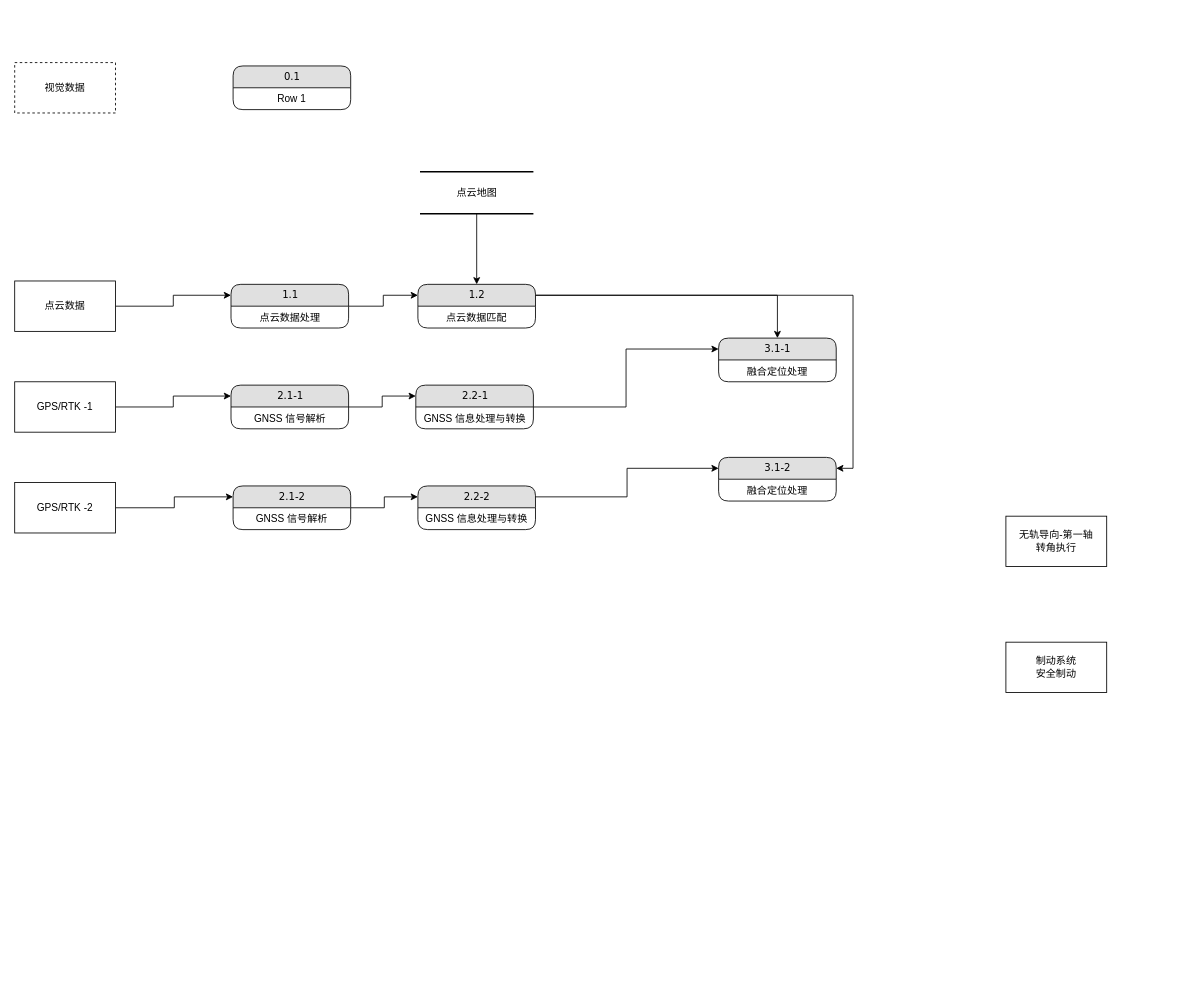
Earlier version of the draw.io diagram page "数据流" (2 of 2) of 马来循迹控制_SIL2方案.drawio (FrankWong-cs/SharingwithColleagues). Source tidied: cells renumbered, new cells numbered last; positions are measured from the earlier drawing's top-left corner, leaving out a move shared by most shapes. Both pictures are drawn from the tidied source at 84%, with x=0, y=0 at pixel (14, 62).
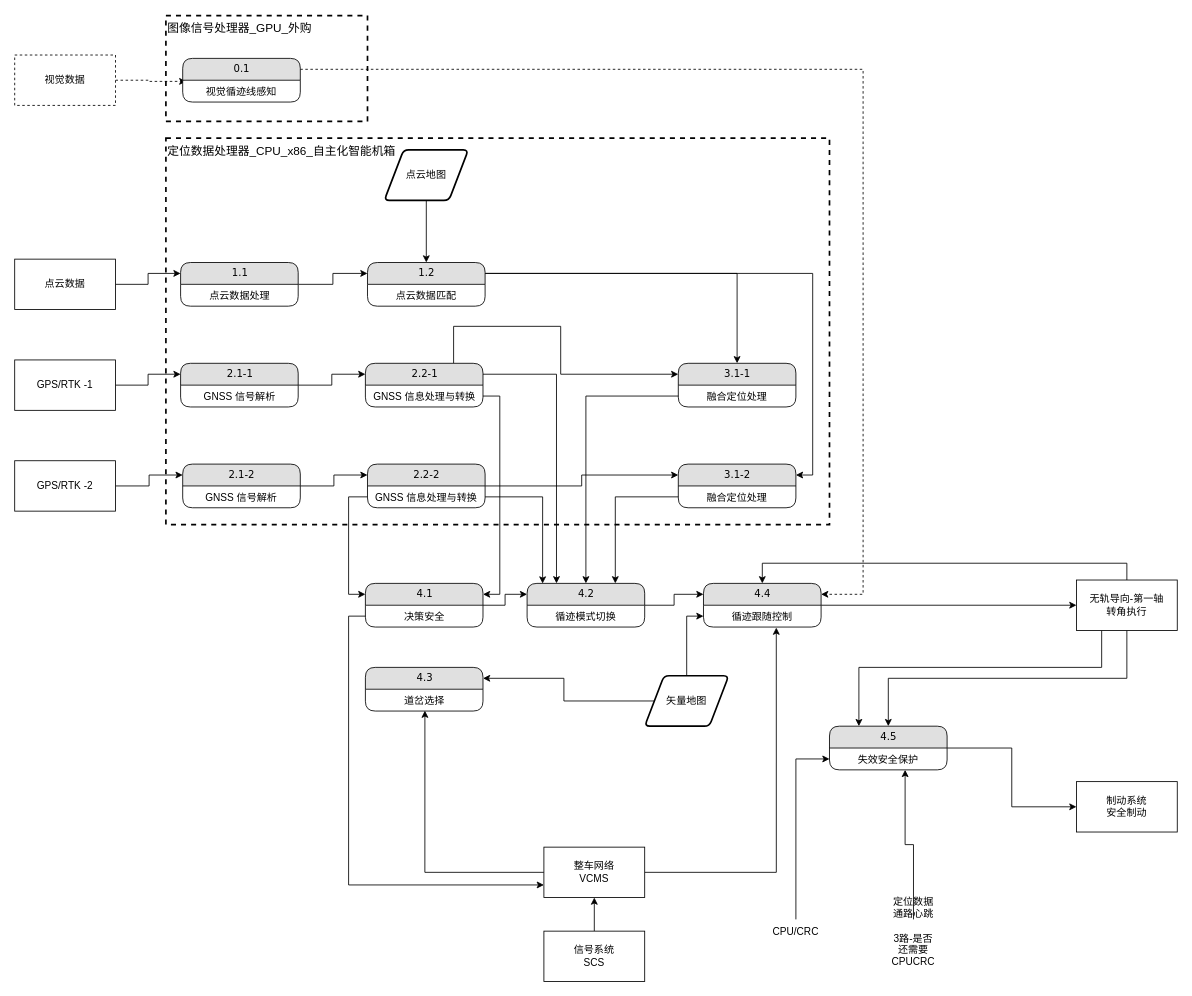
After the change.

Commit message:
Update 马来循迹控制_SIL2方案.drawio

The change refers to these unchanged cells:
```xml
<mxCell id="27" value="GNSS 信息处理与转换" style="text;html=1;strokeColor=none;fillColor=none;spacingLeft=4;spacingRight=4;whiteSpace=wrap;overflow=hidden;points=[[0,0.5],[1,0.5]];portConstraint=eastwest;align=center;" parent="26" vertex="1">
  <mxGeometry y="26" width="140" height="26" as="geometry" />
</mxCell>
<mxCell id="29" value="融合定位处理" style="text;html=1;strokeColor=none;fillColor=none;spacingLeft=4;spacingRight=4;whiteSpace=wrap;overflow=hidden;points=[[0,0.5],[1,0.5]];portConstraint=eastwest;align=center;" parent="28" vertex="1">
  <mxGeometry y="26" width="140" height="26" as="geometry" />
</mxCell>
<mxCell id="35" value="GNSS 信息处理与转换" style="text;html=1;strokeColor=none;fillColor=none;spacingLeft=4;spacingRight=4;whiteSpace=wrap;overflow=hidden;points=[[0,0.5],[1,0.5]];portConstraint=eastwest;align=center;" parent="34" vertex="1">
  <mxGeometry y="26" width="140" height="26" as="geometry" />
</mxCell>
<mxCell id="37" value="融合定位处理" style="text;html=1;strokeColor=none;fillColor=none;spacingLeft=4;spacingRight=4;whiteSpace=wrap;overflow=hidden;points=[[0,0.5],[1,0.5]];portConstraint=eastwest;align=center;" parent="36" vertex="1">
  <mxGeometry y="26" width="140" height="26" as="geometry" />
</mxCell>
```

What changed in the source:
```diff
@@
+    <mxCell id="38" value="图像信号处理器_GPU_外购" style="rounded=0;whiteSpace=wrap;html=1;fillColor=none;dashed=1;strokeWidth=2;align=left;verticalAlign=top;fontSize=14;" parent="1" vertex="1">
+      <mxGeometry x="180" y="-56" width="240" height="126" as="geometry" />
+    </mxCell>
+    <mxCell id="39" value="定位数据处理器_CPU_x86_自主化智能机箱" style="rounded=0;whiteSpace=wrap;html=1;fillColor=none;dashed=1;strokeWidth=2;align=left;verticalAlign=top;fontSize=14;" parent="1" vertex="1">
+      <mxGeometry x="180" y="90" width="790" height="460" as="geometry" />
+    </mxCell>
@@
     <mxCell id="3" value="点云数据" style="rounded=0;whiteSpace=wrap;html=1;" parent="1" vertex="1">
-      <mxGeometry y="260" width="120" height="60" as="geometry" />
+      <mxGeometry y="234" width="120" height="60" as="geometry" />
     </mxCell>
@@
     <mxCell id="5" value="GPS/RTK -1" style="rounded=0;whiteSpace=wrap;html=1;" parent="1" vertex="1">
-      <mxGeometry y="380" width="120" height="60" as="geometry" />
+      <mxGeometry y="354" width="120" height="60" as="geometry" />
     </mxCell>
@@
     <mxCell id="7" value="GPS/RTK -2" style="rounded=0;whiteSpace=wrap;html=1;" parent="1" vertex="1">
-      <mxGeometry y="500" width="120" height="60" as="geometry" />
+      <mxGeometry y="474" width="120" height="60" as="geometry" />
     </mxCell>
+    <mxCell id="40" style="edgeStyle=orthogonalEdgeStyle;rounded=0;jettySize=auto;html=1;exitX=1;exitY=0.5;exitDx=0;exitDy=0;entryX=0.031;entryY=0.053;entryDx=0;entryDy=0;entryPerimeter=0;dashed=1;" parent="1" edge="1" source="8" target="12">
+      <mxGeometry relative="1" as="geometry" />
+    </mxCell>
     <mxCell id="8" value="视觉数据" style="rounded=0;whiteSpace=wrap;html=1;dashed=1;" parent="1" vertex="1">
-      <mxGeometry width="120" height="60" as="geometry" />
+      <mxGeometry y="-9" width="120" height="60" as="geometry" />
     </mxCell>
+    <mxCell id="41" style="edgeStyle=orthogonalEdgeStyle;rounded=0;jettySize=auto;html=1;exitX=0.5;exitY=0;exitDx=0;exitDy=0;entryX=0.5;entryY=0;entryDx=0;entryDy=0;" parent="1" edge="1" source="9" target="54">
+      <mxGeometry relative="1" as="geometry" />
+    </mxCell>
+    <mxCell id="42" style="edgeStyle=orthogonalEdgeStyle;rounded=0;jettySize=auto;html=1;exitX=0.5;exitY=1;exitDx=0;exitDy=0;entryX=0.5;entryY=0;entryDx=0;entryDy=0;" parent="1" edge="1" source="9" target="57">
+      <mxGeometry relative="1" as="geometry" />
+    </mxCell>
+    <mxCell id="43" style="edgeStyle=orthogonalEdgeStyle;rounded=0;jettySize=auto;html=1;exitX=0.25;exitY=1;exitDx=0;exitDy=0;entryX=0.25;entryY=0;entryDx=0;entryDy=0;" parent="1" edge="1" source="9" target="57">
+      <mxGeometry relative="1" as="geometry">
+        <Array as="points">
+          <mxPoint x="1294" y="720" />
+          <mxPoint x="1005" y="720" />
+        </Array>
+      </mxGeometry>
+    </mxCell>
     <mxCell id="9" value="无轨导向-第一轴&lt;br&gt;转角执行" style="rounded=0;whiteSpace=wrap;html=1;" parent="1" vertex="1">
-      <mxGeometry x="1180" y="540" width="120" height="60" as="geometry" />
+      <mxGeometry x="1264" y="616" width="120" height="60" as="geometry" />
     </mxCell>
     <mxCell id="10" value="制动系统&lt;br&gt;安全制动" style="rounded=0;whiteSpace=wrap;html=1;" parent="1" vertex="1">
-      <mxGeometry x="1180" y="690" width="120" height="60" as="geometry" />
+      <mxGeometry x="1264" y="856" width="120" height="60" as="geometry" />
     </mxCell>
+    <mxCell id="44" style="edgeStyle=orthogonalEdgeStyle;rounded=0;jettySize=auto;html=1;exitX=1;exitY=0.25;exitDx=0;exitDy=0;entryX=1;entryY=0.25;entryDx=0;entryDy=0;dashed=1;" parent="1" edge="1" source="11" target="54">
+      <mxGeometry relative="1" as="geometry">
+        <Array as="points">
+          <mxPoint x="1010" y="8" />
+          <mxPoint x="1010" y="633" />
+        </Array>
+      </mxGeometry>
+    </mxCell>
     <mxCell id="11" value="0.1" style="swimlane;html=1;fontStyle=0;horizontal=1;startSize=26;fillColor=#e0e0e0;swimlaneFillColor=#ffffff;align=center;rounded=1;shadow=0;comic=0;labelBackgroundColor=none;strokeWidth=1;fontFamily=Verdana;fontSize=12;" parent="1" vertex="1">
-      <mxGeometry x="260" y="4" width="140" height="52" as="geometry" />
+      <mxGeometry x="200" y="-5" width="140" height="52" as="geometry" />
     </mxCell>
-    <mxCell id="12" value="Row 1" style="text;html=1;strokeColor=none;fillColor=none;spacingLeft=4;spacingRight=4;whiteSpace=wrap;overflow=hidden;points=[[0,0.5],[1,0.5]];portConstraint=eastwest;align=center;" parent="11" vertex="1">
+    <mxCell id="12" value="视觉循迹线感知" style="text;html=1;strokeColor=none;fillColor=none;spacingLeft=4;spacingRight=4;whiteSpace=wrap;overflow=hidden;points=[[0,0.5],[1,0.5]];portConstraint=eastwest;align=center;" parent="11" vertex="1">
       <mxGeometry y="26" width="140" height="26" as="geometry" />
     </mxCell>
-    <mxCell id="13" style="edgeStyle=orthogonalEdgeStyle;rounded=0;jettySize=auto;html=1;entryX=0.5;entryY=0;entryDx=0;entryDy=0;" parent="1" edge="1" source="14" target="23">
+    <mxCell id="13" style="edgeStyle=orthogonalEdgeStyle;rounded=0;jettySize=auto;html=1;entryX=0.5;entryY=0;entryDx=0;entryDy=0;exitX=0.5;exitY=1;exitDx=0;exitDy=0;" parent="1" edge="1" source="14" target="23">
       <mxGeometry relative="1" as="geometry" />
     </mxCell>
-    <mxCell id="14" value="点云地图" style="html=1;rounded=0;shadow=0;comic=0;labelBackgroundColor=none;strokeWidth=2;fontFamily=Verdana;fontSize=12;align=center;shape=mxgraph.ios7ui.horLines;" parent="1" vertex="1">
-      <mxGeometry x="482.5" y="130" width="135" height="50" as="geometry" />
-    </mxCell>
@@
     <mxCell id="16" value="1.1" style="swimlane;html=1;fontStyle=0;horizontal=1;startSize=26;fillColor=#e0e0e0;swimlaneFillColor=#ffffff;align=center;rounded=1;shadow=0;comic=0;labelBackgroundColor=none;strokeWidth=1;fontFamily=Verdana;fontSize=12;" parent="1" vertex="1">
-      <mxGeometry x="257.5" y="264" width="140" height="52" as="geometry" />
+      <mxGeometry x="197.5" y="238" width="140" height="52" as="geometry" />
     </mxCell>
@@
     <mxCell id="19" value="2.1-1" style="swimlane;html=1;fontStyle=0;horizontal=1;startSize=26;fillColor=#e0e0e0;swimlaneFillColor=#ffffff;align=center;rounded=1;shadow=0;comic=0;labelBackgroundColor=none;strokeWidth=1;fontFamily=Verdana;fontSize=12;" parent="1" vertex="1">
-      <mxGeometry x="257.5" y="384" width="140" height="52" as="geometry" />
+      <mxGeometry x="197.5" y="358" width="140" height="52" as="geometry" />
     </mxCell>
@@
     <mxCell id="23" value="1.2" style="swimlane;html=1;fontStyle=0;horizontal=1;startSize=26;fillColor=#e0e0e0;swimlaneFillColor=#ffffff;align=center;rounded=1;shadow=0;comic=0;labelBackgroundColor=none;strokeWidth=1;fontFamily=Verdana;fontSize=12;" parent="1" vertex="1">
-      <mxGeometry x="480" y="264" width="140" height="52" as="geometry" />
+      <mxGeometry x="420" y="238" width="140" height="52" as="geometry" />
     </mxCell>
@@
-    <mxCell id="25" style="edgeStyle=orthogonalEdgeStyle;rounded=0;jettySize=auto;html=1;exitX=1;exitY=0.5;exitDx=0;exitDy=0;entryX=0;entryY=0.25;entryDx=0;entryDy=0;" parent="1" edge="1" source="26" target="28">
-      <mxGeometry relative="1" as="geometry" />
+    <mxCell id="25" style="edgeStyle=orthogonalEdgeStyle;rounded=0;jettySize=auto;html=1;exitX=0.75;exitY=0;exitDx=0;exitDy=0;entryX=0;entryY=0.25;entryDx=0;entryDy=0;" parent="1" edge="1" source="26" target="28">
+      <mxGeometry relative="1" as="geometry">
+        <Array as="points">
+          <mxPoint x="523" y="314" />
+          <mxPoint x="650" y="314" />
+        </Array>
+      </mxGeometry>
     </mxCell>
+    <mxCell id="45" style="edgeStyle=orthogonalEdgeStyle;rounded=0;jettySize=auto;html=1;exitX=1;exitY=0.25;exitDx=0;exitDy=0;entryX=0.25;entryY=0;entryDx=0;entryDy=0;" parent="1" edge="1" source="26" target="49">
+      <mxGeometry relative="1" as="geometry" />
+    </mxCell>
     <mxCell id="26" value="2.2-1" style="swimlane;html=1;fontStyle=0;horizontal=1;startSize=26;fillColor=#e0e0e0;swimlaneFillColor=#ffffff;align=center;rounded=1;shadow=0;comic=0;labelBackgroundColor=none;strokeWidth=1;fontFamily=Verdana;fontSize=12;" parent="1" vertex="1">
-      <mxGeometry x="477.5" y="384" width="140" height="52" as="geometry" />
+      <mxGeometry x="417.5" y="358" width="140" height="52" as="geometry" />
     </mxCell>
@@
     <mxCell id="28" value="3.1-1" style="swimlane;html=1;fontStyle=0;horizontal=1;startSize=26;fillColor=#e0e0e0;swimlaneFillColor=#ffffff;align=center;rounded=1;shadow=0;comic=0;labelBackgroundColor=none;strokeWidth=1;fontFamily=Verdana;fontSize=12;" parent="1" vertex="1">
-      <mxGeometry x="838" y="328" width="140" height="52" as="geometry" />
+      <mxGeometry x="790" y="358" width="140" height="52" as="geometry" />
     </mxCell>
@@
     <mxCell id="31" value="2.1-2" style="swimlane;html=1;fontStyle=0;horizontal=1;startSize=26;fillColor=#e0e0e0;swimlaneFillColor=#ffffff;align=center;rounded=1;shadow=0;comic=0;labelBackgroundColor=none;strokeWidth=1;fontFamily=Verdana;fontSize=12;" parent="1" vertex="1">
-      <mxGeometry x="260" y="504" width="140" height="52" as="geometry" />
+      <mxGeometry x="200" y="478" width="140" height="52" as="geometry" />
     </mxCell>
@@
-    <mxCell id="33" style="edgeStyle=orthogonalEdgeStyle;rounded=0;jettySize=auto;html=1;exitX=1;exitY=0.25;exitDx=0;exitDy=0;entryX=0;entryY=0.25;entryDx=0;entryDy=0;" parent="1" edge="1" source="34" target="36">
+    <mxCell id="33" style="edgeStyle=orthogonalEdgeStyle;rounded=0;jettySize=auto;html=1;exitX=1;exitY=0.5;exitDx=0;exitDy=0;entryX=0;entryY=0.25;entryDx=0;entryDy=0;" parent="1" edge="1" source="34" target="36">
       <mxGeometry relative="1" as="geometry" />
     </mxCell>
     <mxCell id="34" value="2.2-2" style="swimlane;html=1;fontStyle=0;horizontal=1;startSize=26;fillColor=#e0e0e0;swimlaneFillColor=#ffffff;align=center;rounded=1;shadow=0;comic=0;labelBackgroundColor=none;strokeWidth=1;fontFamily=Verdana;fontSize=12;" parent="1" vertex="1">
-      <mxGeometry x="480" y="504" width="140" height="52" as="geometry" />
+      <mxGeometry x="420" y="478" width="140" height="52" as="geometry" />
     </mxCell>
@@
     <mxCell id="36" value="3.1-2" style="swimlane;html=1;fontStyle=0;horizontal=1;startSize=26;fillColor=#e0e0e0;swimlaneFillColor=#ffffff;align=center;rounded=1;shadow=0;comic=0;labelBackgroundColor=none;strokeWidth=1;fontFamily=Verdana;fontSize=12;" parent="1" vertex="1">
-      <mxGeometry x="838" y="470" width="140" height="52" as="geometry" />
+      <mxGeometry x="790" y="478" width="140" height="52" as="geometry" />
     </mxCell>
@@
+    <mxCell id="46" value="4.1" style="swimlane;html=1;fontStyle=0;horizontal=1;startSize=26;fillColor=#e0e0e0;swimlaneFillColor=#ffffff;align=center;rounded=1;shadow=0;comic=0;labelBackgroundColor=none;strokeWidth=1;fontFamily=Verdana;fontSize=12;" parent="1" vertex="1">
+      <mxGeometry x="417.5" y="620" width="140" height="52" as="geometry" />
+    </mxCell>
+    <mxCell id="47" value="决策安全" style="text;html=1;strokeColor=none;fillColor=none;spacingLeft=4;spacingRight=4;whiteSpace=wrap;overflow=hidden;points=[[0,0.5],[1,0.5]];portConstraint=eastwest;align=center;" parent="46" vertex="1">
+      <mxGeometry y="26" width="140" height="26" as="geometry" />
+    </mxCell>
+    <mxCell id="48" style="edgeStyle=orthogonalEdgeStyle;rounded=0;jettySize=auto;html=1;exitX=1;exitY=0.5;exitDx=0;exitDy=0;entryX=0;entryY=0.25;entryDx=0;entryDy=0;" parent="1" edge="1" source="49" target="54">
+      <mxGeometry relative="1" as="geometry" />
+    </mxCell>
+    <mxCell id="49" value="4.2" style="swimlane;html=1;fontStyle=0;horizontal=1;startSize=26;fillColor=#e0e0e0;swimlaneFillColor=#ffffff;align=center;rounded=1;shadow=0;comic=0;labelBackgroundColor=none;strokeWidth=1;fontFamily=Verdana;fontSize=12;" parent="1" vertex="1">
+      <mxGeometry x="610" y="620" width="140" height="52" as="geometry" />
+    </mxCell>
+    <mxCell id="50" value="循迹模式切换" style="text;html=1;strokeColor=none;fillColor=none;spacingLeft=4;spacingRight=4;whiteSpace=wrap;overflow=hidden;align=center;" parent="49" vertex="1">
+      <mxGeometry y="26" width="140" height="26" as="geometry" />
+    </mxCell>
+    <mxCell id="51" value="4.3" style="swimlane;html=1;fontStyle=0;horizontal=1;startSize=26;fillColor=#e0e0e0;swimlaneFillColor=#ffffff;align=center;rounded=1;shadow=0;comic=0;labelBackgroundColor=none;strokeWidth=1;fontFamily=Verdana;fontSize=12;" parent="1" vertex="1">
+      <mxGeometry x="417.5" y="720" width="140" height="52" as="geometry" />
+    </mxCell>
+    <mxCell id="52" value="道岔选择" style="text;html=1;strokeColor=none;fillColor=none;spacingLeft=4;spacingRight=4;whiteSpace=wrap;overflow=hidden;points=[[0,0.5],[1,0.5]];portConstraint=eastwest;align=center;" parent="51" vertex="1">
+      <mxGeometry y="26" width="140" height="26" as="geometry" />
+    </mxCell>
+    <mxCell id="53" style="edgeStyle=orthogonalEdgeStyle;rounded=0;jettySize=auto;html=1;exitX=1;exitY=0.5;exitDx=0;exitDy=0;entryX=0;entryY=0.5;entryDx=0;entryDy=0;" parent="1" edge="1" source="54" target="9">
+      <mxGeometry relative="1" as="geometry" />
+    </mxCell>
+    <mxCell id="54" value="4.4" style="swimlane;html=1;fontStyle=0;horizontal=1;startSize=26;fillColor=#e0e0e0;swimlaneFillColor=#ffffff;align=center;rounded=1;shadow=0;comic=0;labelBackgroundColor=none;strokeWidth=1;fontFamily=Verdana;fontSize=12;" parent="1" vertex="1">
+      <mxGeometry x="820" y="620" width="140" height="52" as="geometry" />
+    </mxCell>
+    <mxCell id="55" value="循迹跟随控制" style="text;html=1;strokeColor=none;fillColor=none;spacingLeft=4;spacingRight=4;whiteSpace=wrap;overflow=hidden;points=[[0,0.5],[1,0.5]];portConstraint=eastwest;align=center;" parent="54" vertex="1">
+      <mxGeometry y="26" width="140" height="26" as="geometry" />
+    </mxCell>
+    <mxCell id="56" style="edgeStyle=orthogonalEdgeStyle;rounded=0;jettySize=auto;html=1;exitX=1;exitY=0.5;exitDx=0;exitDy=0;entryX=0;entryY=0.5;entryDx=0;entryDy=0;" parent="1" edge="1" source="57" target="10">
+      <mxGeometry relative="1" as="geometry" />
+    </mxCell>
+    <mxCell id="57" value="4.5" style="swimlane;html=1;fontStyle=0;horizontal=1;startSize=26;fillColor=#e0e0e0;swimlaneFillColor=#ffffff;align=center;rounded=1;shadow=0;comic=0;labelBackgroundColor=none;strokeWidth=1;fontFamily=Verdana;fontSize=12;" parent="1" vertex="1">
+      <mxGeometry x="970" y="790" width="140" height="52" as="geometry" />
+    </mxCell>
+    <mxCell id="58" value="失效安全保护" style="text;html=1;strokeColor=none;fillColor=none;spacingLeft=4;spacingRight=4;whiteSpace=wrap;overflow=hidden;points=[[0,0.5],[1,0.5]];portConstraint=eastwest;align=center;" parent="57" vertex="1">
+      <mxGeometry y="26" width="140" height="26" as="geometry" />
+    </mxCell>
+    <mxCell id="59" style="edgeStyle=orthogonalEdgeStyle;rounded=0;jettySize=auto;html=1;exitX=0;exitY=0.5;exitDx=0;exitDy=0;entryX=0.5;entryY=0;entryDx=0;entryDy=0;" parent="1" edge="1" source="29" target="49">
+      <mxGeometry relative="1" as="geometry" />
+    </mxCell>
+    <mxCell id="60" style="edgeStyle=orthogonalEdgeStyle;rounded=0;jettySize=auto;html=1;exitX=0;exitY=0.5;exitDx=0;exitDy=0;entryX=0.75;entryY=0;entryDx=0;entryDy=0;" parent="1" edge="1" source="37" target="49">
+      <mxGeometry relative="1" as="geometry" />
+    </mxCell>
+    <mxCell id="61" style="edgeStyle=orthogonalEdgeStyle;rounded=0;jettySize=auto;html=1;exitX=0.5;exitY=0;exitDx=0;exitDy=0;entryX=0.5;entryY=1;entryDx=0;entryDy=0;" parent="1" edge="1" source="62" target="65">
+      <mxGeometry relative="1" as="geometry" />
+    </mxCell>
+    <mxCell id="62" value="信号系统&lt;br&gt;SCS" style="rounded=0;whiteSpace=wrap;html=1;" parent="1" vertex="1">
+      <mxGeometry x="630" y="1034" width="120" height="60" as="geometry" />
+    </mxCell>
+    <mxCell id="63" style="edgeStyle=orthogonalEdgeStyle;rounded=0;jettySize=auto;html=1;exitX=0;exitY=0.5;exitDx=0;exitDy=0;entryX=0.506;entryY=0.981;entryDx=0;entryDy=0;entryPerimeter=0;" parent="1" edge="1" source="65" target="52">
+      <mxGeometry relative="1" as="geometry" />
+    </mxCell>
+    <mxCell id="64" style="edgeStyle=orthogonalEdgeStyle;rounded=0;jettySize=auto;html=1;exitX=1;exitY=0.5;exitDx=0;exitDy=0;entryX=0.619;entryY=1.024;entryDx=0;entryDy=0;entryPerimeter=0;" parent="1" edge="1" source="65" target="55">
+      <mxGeometry relative="1" as="geometry" />
+    </mxCell>
+    <mxCell id="65" value="整车网络&lt;br&gt;VCMS" style="rounded=0;whiteSpace=wrap;html=1;" parent="1" vertex="1">
+      <mxGeometry x="630" y="934" width="120" height="60" as="geometry" />
+    </mxCell>
+    <mxCell id="66" style="edgeStyle=orthogonalEdgeStyle;rounded=0;jettySize=auto;html=1;exitX=1;exitY=0.5;exitDx=0;exitDy=0;entryX=0;entryY=0.25;entryDx=0;entryDy=0;" parent="1" edge="1" source="46" target="49">
+      <mxGeometry relative="1" as="geometry" />
+    </mxCell>
+    <mxCell id="67" style="edgeStyle=orthogonalEdgeStyle;rounded=0;jettySize=auto;html=1;exitX=0;exitY=0.5;exitDx=0;exitDy=0;entryX=0;entryY=0.25;entryDx=0;entryDy=0;" parent="1" edge="1" source="35" target="46">
+      <mxGeometry relative="1" as="geometry" />
+    </mxCell>
+    <mxCell id="68" style="edgeStyle=orthogonalEdgeStyle;rounded=0;jettySize=auto;html=1;exitX=1;exitY=0.5;exitDx=0;exitDy=0;entryX=1;entryY=0.25;entryDx=0;entryDy=0;" parent="1" edge="1" source="27" target="46">
+      <mxGeometry relative="1" as="geometry" />
+    </mxCell>
+    <mxCell id="69" style="edgeStyle=orthogonalEdgeStyle;rounded=0;jettySize=auto;html=1;exitX=1;exitY=0.5;exitDx=0;exitDy=0;entryX=0.132;entryY=0.004;entryDx=0;entryDy=0;entryPerimeter=0;" parent="1" edge="1" source="35" target="49">
+      <mxGeometry relative="1" as="geometry" />
+    </mxCell>
+    <mxCell id="70" style="edgeStyle=orthogonalEdgeStyle;rounded=0;jettySize=auto;html=1;exitX=0.5;exitY=0;exitDx=0;exitDy=0;" parent="1" edge="1" source="72" target="55">
+      <mxGeometry relative="1" as="geometry" />
+    </mxCell>
+    <mxCell id="71" style="edgeStyle=orthogonalEdgeStyle;rounded=0;jettySize=auto;html=1;exitX=0;exitY=0.5;exitDx=0;exitDy=0;entryX=1;entryY=0.25;entryDx=0;entryDy=0;" parent="1" edge="1" source="72" target="51">
+      <mxGeometry relative="1" as="geometry" />
+    </mxCell>
+    <mxCell id="72" value="矢量地图" style="shape=parallelogram;html=1;strokeWidth=2;perimeter=parallelogramPerimeter;whiteSpace=wrap;rounded=1;arcSize=12;size=0.23;" parent="1" vertex="1">
+      <mxGeometry x="750" y="730" width="100" height="60" as="geometry" />
+    </mxCell>
+    <mxCell id="14" value="点云地图" style="shape=parallelogram;html=1;strokeWidth=2;perimeter=parallelogramPerimeter;whiteSpace=wrap;rounded=1;arcSize=12;size=0.23;" parent="1" vertex="1">
+      <mxGeometry x="440" y="104" width="100" height="60" as="geometry" />
+    </mxCell>
+    <mxCell id="73" style="edgeStyle=orthogonalEdgeStyle;rounded=0;jettySize=auto;html=1;exitX=0.5;exitY=0;exitDx=0;exitDy=0;entryX=0;entryY=0.5;entryDx=0;entryDy=0;" parent="1" edge="1" source="74" target="58">
+      <mxGeometry relative="1" as="geometry" />
+    </mxCell>
+    <mxCell id="74" value="CPU/CRC" style="text;html=1;strokeColor=none;fillColor=none;align=center;verticalAlign=middle;whiteSpace=wrap;rounded=0;" parent="1" vertex="1">
+      <mxGeometry x="900" y="1020" width="60" height="30" as="geometry" />
+    </mxCell>
+    <mxCell id="75" style="edgeStyle=orthogonalEdgeStyle;rounded=0;jettySize=auto;html=1;exitX=0.5;exitY=0;exitDx=0;exitDy=0;entryX=0.643;entryY=1;entryDx=0;entryDy=0;entryPerimeter=0;" parent="1" edge="1" source="76" target="58">
+      <mxGeometry relative="1" as="geometry" />
+    </mxCell>
+    <mxCell id="76" value="定位数据通路心跳&lt;br&gt;&lt;br&gt;3路-是否还需要CPUCRC" style="text;html=1;strokeColor=none;fillColor=none;align=center;verticalAlign=middle;whiteSpace=wrap;rounded=0;" parent="1" vertex="1">
+      <mxGeometry x="1040" y="1020" width="60" height="30" as="geometry" />
+    </mxCell>
+    <mxCell id="77" style="edgeStyle=orthogonalEdgeStyle;rounded=0;jettySize=auto;html=1;exitX=0;exitY=0.5;exitDx=0;exitDy=0;entryX=0;entryY=0.75;entryDx=0;entryDy=0;" parent="1" edge="1" source="47" target="65">
+      <mxGeometry relative="1" as="geometry" />
+    </mxCell>
```
